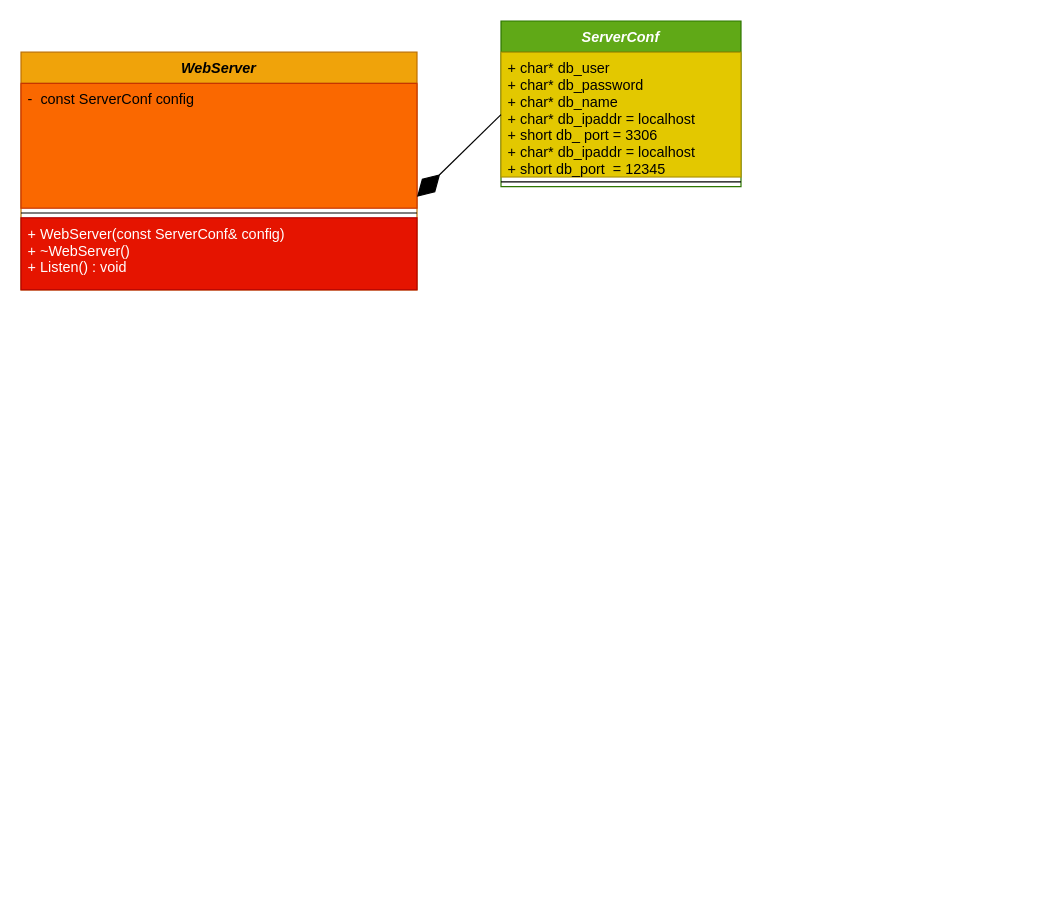
Earlier version of the draw.io diagram include/Relative.drawio (JuanZoran/WebServer-C-11). Source tidied: cells renumbered, new cells numbered last; positions are measured from the earlier drawing's top-left corner, leaving out a move shared by most shapes. Both pictures are drawn from the tidied source at 120%, with x=0, y=0 at pixel (20, 20).
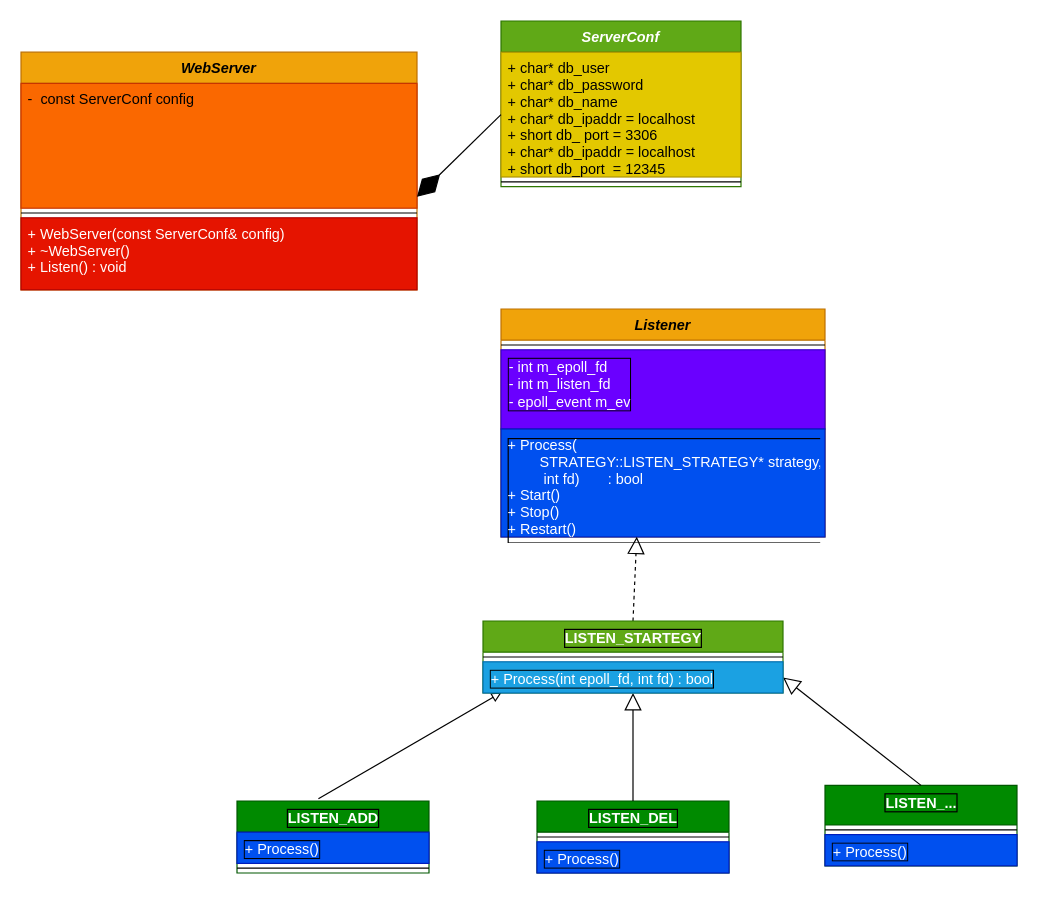
Above is the later version.

Diff of the diagram source:
```diff
@@
+    <mxCell id="10" value="Listener" style="swimlane;fontStyle=3;align=center;verticalAlign=top;horizontal=1;startSize=26;fillColor=#f0a30a;fontColor=#000000;strokeColor=#BD7000;" parent="1" vertex="1">
+      <mxGeometry x="400" y="240" width="270" height="190" as="geometry" />
+    </mxCell>
+    <mxCell id="11" style="line;strokeWidth=1;fillColor=none;align=left;verticalAlign=middle;spacingTop=-1;spacingLeft=3;spacingRight=3;labelPosition=right;" parent="10" vertex="1">
+      <mxGeometry y="26" width="270" height="8" as="geometry" />
+    </mxCell>
+    <mxCell id="12" value="- int m_epoll_fd&lt;br&gt;- int m_listen_fd&lt;br&gt;- epoll_event m_ev" style="text;align=left;verticalAlign=top;spacingLeft=4;spacingRight=4;overflow=hidden;whiteSpace=wrap;html=1;labelBackgroundColor=none;labelBorderColor=default;fillColor=#6a00ff;strokeColor=#3700CC;fontColor=#ffffff;" parent="10" vertex="1">
+      <mxGeometry y="34" width="270" height="66" as="geometry" />
+    </mxCell>
+    <mxCell id="13" value="+ Process(&#10;        STRATEGY::LISTEN_STRATEGY* strategy,&#10;         int fd)       : bool&#10;+ Start()&#10;+ Stop()&#10;+ Restart()" style="text;strokeColor=#001DBC;fillColor=#0050ef;align=left;verticalAlign=top;spacingLeft=4;spacingRight=4;overflow=hidden;points=[[0,0.5],[1,0.5]];portConstraint=eastwest;labelBorderColor=default;fontColor=#ffffff;" parent="10" vertex="1">
+      <mxGeometry y="100" width="270" height="90" as="geometry" />
+    </mxCell>
+    <mxCell id="14" value="LISTEN_ADD" style="swimlane;fontStyle=1;align=center;verticalAlign=top;horizontal=1;startSize=26;labelBackgroundColor=none;labelBorderColor=default;html=1;fillColor=#008a00;fontColor=#ffffff;strokeColor=#005700;" parent="1" vertex="1">
+      <mxGeometry x="180" y="650" width="160" height="60" as="geometry" />
+    </mxCell>
+    <mxCell id="15" value="+ Process()" style="text;strokeColor=#001DBC;fillColor=#0050ef;align=left;verticalAlign=top;spacingLeft=4;spacingRight=4;overflow=hidden;labelBackgroundColor=none;labelBorderColor=default;html=1;fontColor=#ffffff;" parent="14" vertex="1">
+      <mxGeometry y="26" width="160" height="26" as="geometry" />
+    </mxCell>
+    <mxCell id="16" style="line;strokeWidth=1;fillColor=none;align=left;verticalAlign=middle;spacingTop=-1;spacingLeft=3;spacingRight=3;labelPosition=right;labelBackgroundColor=none;labelBorderColor=default;html=1;" parent="14" vertex="1">
+      <mxGeometry y="52" width="160" height="8" as="geometry" />
+    </mxCell>
+    <mxCell id="17" value="LISTEN_DEL" style="swimlane;fontStyle=1;align=center;verticalAlign=top;horizontal=1;startSize=26;labelBackgroundColor=none;labelBorderColor=default;html=1;fillColor=#008a00;fontColor=#ffffff;strokeColor=#005700;" parent="1" vertex="1">
+      <mxGeometry x="430" y="650" width="160" height="60" as="geometry" />
+    </mxCell>
+    <mxCell id="18" style="line;strokeWidth=1;fillColor=none;align=left;verticalAlign=middle;spacingTop=-1;spacingLeft=3;spacingRight=3;labelPosition=right;labelBackgroundColor=none;labelBorderColor=default;html=1;" parent="17" vertex="1">
+      <mxGeometry y="26" width="160" height="8" as="geometry" />
+    </mxCell>
+    <mxCell id="19" value="+ Process()" style="text;strokeColor=#001DBC;fillColor=#0050ef;align=left;verticalAlign=top;spacingLeft=4;spacingRight=4;overflow=hidden;labelBackgroundColor=none;labelBorderColor=default;html=1;fontColor=#ffffff;" parent="17" vertex="1">
+      <mxGeometry y="34" width="160" height="26" as="geometry" />
+    </mxCell>
+    <mxCell id="20" value="LISTEN_..." style="swimlane;fontStyle=1;align=center;verticalAlign=top;horizontal=1;startSize=33;labelBackgroundColor=none;labelBorderColor=default;html=1;fillColor=#008a00;fontColor=#ffffff;strokeColor=#005700;" parent="1" vertex="1">
+      <mxGeometry x="670" y="637" width="160" height="67" as="geometry" />
+    </mxCell>
+    <mxCell id="21" style="line;strokeWidth=1;fillColor=none;align=left;verticalAlign=middle;spacingTop=-1;spacingLeft=3;spacingRight=3;labelPosition=right;labelBackgroundColor=none;labelBorderColor=default;html=1;" parent="20" vertex="1">
+      <mxGeometry y="33" width="160" height="8" as="geometry" />
+    </mxCell>
+    <mxCell id="22" value="+ Process()" style="text;strokeColor=#001DBC;fillColor=#0050ef;align=left;verticalAlign=top;spacingLeft=4;spacingRight=4;overflow=hidden;labelBackgroundColor=none;labelBorderColor=default;html=1;fontColor=#ffffff;" parent="20" vertex="1">
+      <mxGeometry y="41" width="160" height="26" as="geometry" />
+    </mxCell>
+    <mxCell id="23" style="endArrow=block;endFill=0;html=1;exitX=0.424;exitY=-0.03;exitDx=0;exitDy=0;exitPerimeter=0;rounded=0;entryX=0.062;entryY=0.982;entryDx=0;entryDy=0;entryPerimeter=0;" parent="1" edge="1" source="14" target="29">
+      <mxGeometry relative="1" as="geometry" />
+    </mxCell>
+    <mxCell id="24" style="endArrow=block;endFill=0;endSize=12;html=1;exitX=0.5;exitY=0;exitDx=0;exitDy=0;entryX=1;entryY=0.5;entryDx=0;entryDy=0;" parent="1" edge="1" source="20" target="29">
+      <mxGeometry relative="1" as="geometry" />
+    </mxCell>
+    <mxCell id="25" style="endArrow=block;endFill=0;endSize=12;html=1;rounded=0;exitX=0.5;exitY=0;exitDx=0;exitDy=0;" parent="1" edge="1" source="17" target="29">
+      <mxGeometry relative="1" as="geometry" />
+    </mxCell>
+    <mxCell id="26" style="endArrow=block;dashed=1;endFill=0;endSize=12;html=1;rounded=0;entryX=0.419;entryY=0.997;entryDx=0;entryDy=0;entryPerimeter=0;exitX=0.5;exitY=0;exitDx=0;exitDy=0;" parent="1" edge="1" source="27" target="13">
+      <mxGeometry relative="1" as="geometry" />
+    </mxCell>
+    <mxCell id="27" value="LISTEN_STARTEGY" style="swimlane;fontStyle=1;align=center;verticalAlign=top;horizontal=1;startSize=26;labelBackgroundColor=none;labelBorderColor=default;html=1;fillColor=#60a917;fontColor=#ffffff;strokeColor=#2D7600;" parent="1" vertex="1">
+      <mxGeometry x="385" y="500" width="250" height="60" as="geometry" />
+    </mxCell>
+    <mxCell id="28" style="line;strokeWidth=1;fillColor=none;align=left;verticalAlign=middle;spacingTop=-1;spacingLeft=3;spacingRight=3;labelPosition=right;labelBackgroundColor=none;labelBorderColor=default;html=1;" parent="27" vertex="1">
+      <mxGeometry y="26" width="250" height="8" as="geometry" />
+    </mxCell>
+    <mxCell id="29" value="+ Process(int epoll_fd, int fd) : bool" style="text;strokeColor=#006EAF;fillColor=#1ba1e2;align=left;verticalAlign=top;spacingLeft=4;spacingRight=4;overflow=hidden;points=[[0,0.5],[1,0.5]];portConstraint=eastwest;labelBackgroundColor=none;labelBorderColor=default;html=1;fontColor=#ffffff;" parent="27" vertex="1">
+      <mxGeometry y="34" width="250" height="26" as="geometry" />
+    </mxCell>
```
